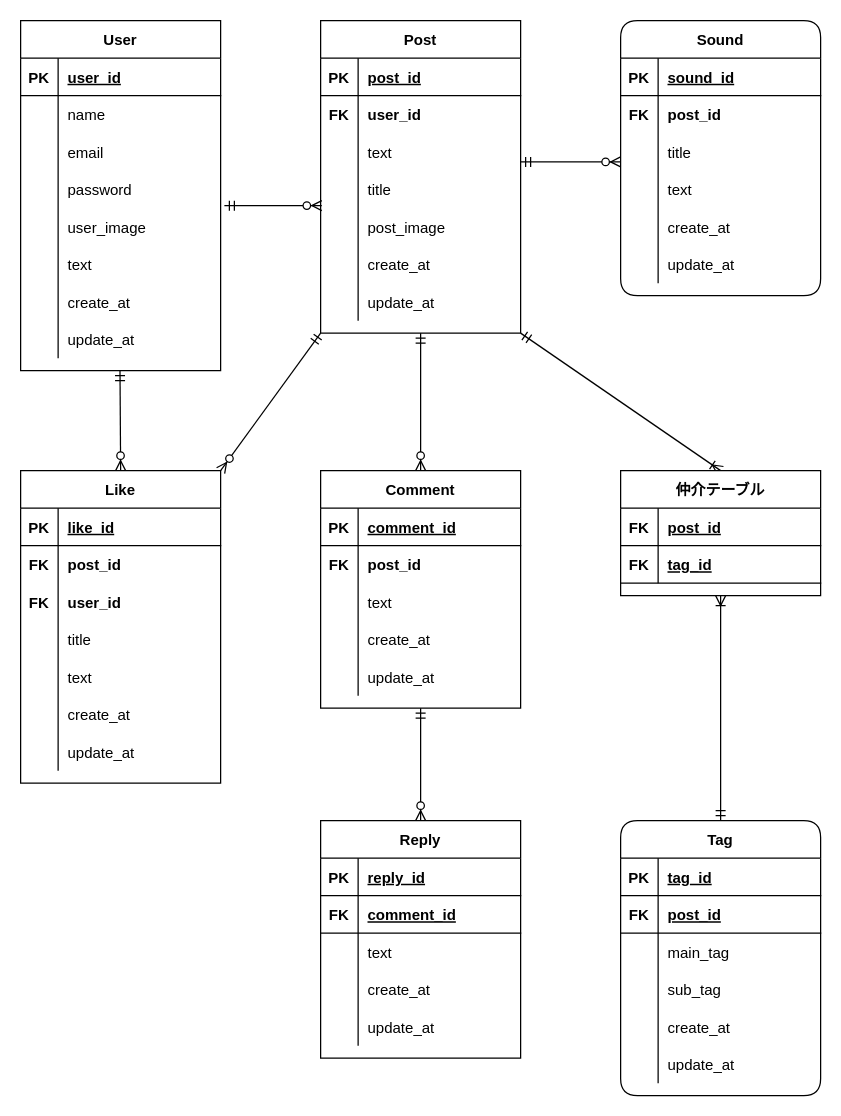
Above: portfolio.drawio in ueki397/test (draw.io), before the change. Source tidied: cells renumbered, new cells numbered last; positions are measured from the earlier drawing's top-left corner, leaving out a move shared by most shapes. Both pictures are drawn from the tidied source at 125%, with x=0, y=0 at pixel (20, 20).
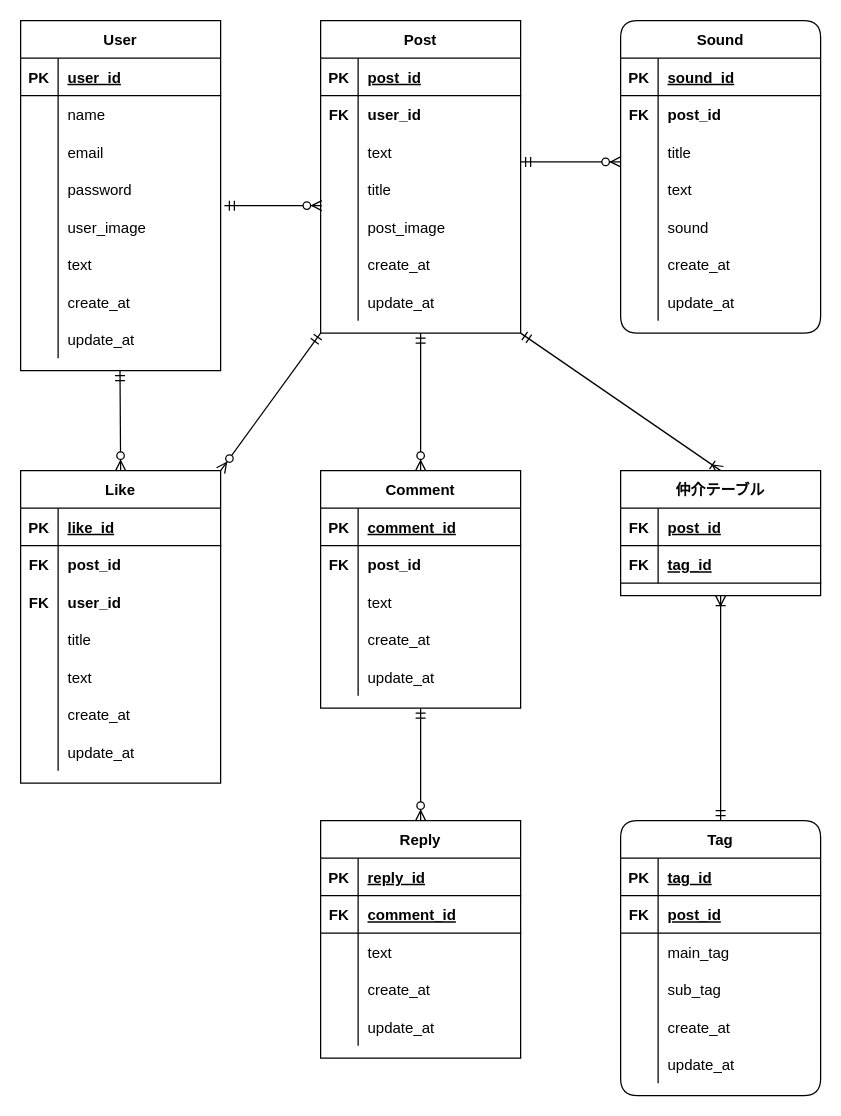
Above is the later version.

Change to the diagram source:
```diff
@@
     <mxCell id="49" value="Sound" style="shape=table;startSize=30;childLayout=tableLayout;rowLines=0;fontStyle=1;align=center;rounded=1;" parent="1" vertex="1">
-      <mxGeometry x="480" width="160" height="220" as="geometry" />
+      <mxGeometry x="480" width="160" height="250" as="geometry" />
     </mxCell>
@@
+    <mxCell id="156" style="shape=partialRectangle;fillColor=none;top=0;left=0;bottom=0;right=0;" parent="49" vertex="1">
+      <mxGeometry y="150" width="160" height="30" as="geometry" />
+    </mxCell>
+    <mxCell id="157" style="shape=partialRectangle;fillColor=none;top=0;left=0;bottom=0;right=0;overflow=hidden;" parent="156" vertex="1">
+      <mxGeometry width="30" height="30" as="geometry" />
+    </mxCell>
+    <mxCell id="158" value="sound" style="shape=partialRectangle;fillColor=none;top=0;left=0;bottom=0;right=0;align=left;spacingLeft=6;overflow=hidden;" parent="156" vertex="1">
+      <mxGeometry x="30" width="130" height="30" as="geometry" />
+    </mxCell>
     <mxCell id="62" style="shape=partialRectangle;fillColor=none;top=0;left=0;bottom=0;right=0;" parent="49" vertex="1">
-      <mxGeometry y="150" width="160" height="30" as="geometry" />
+      <mxGeometry y="180" width="160" height="30" as="geometry" />
     </mxCell>
@@
     <mxCell id="65" style="shape=partialRectangle;fillColor=none;top=0;left=0;bottom=0;right=0;" parent="49" vertex="1">
-      <mxGeometry y="180" width="160" height="30" as="geometry" />
+      <mxGeometry y="210" width="160" height="30" as="geometry" />
     </mxCell>
```
